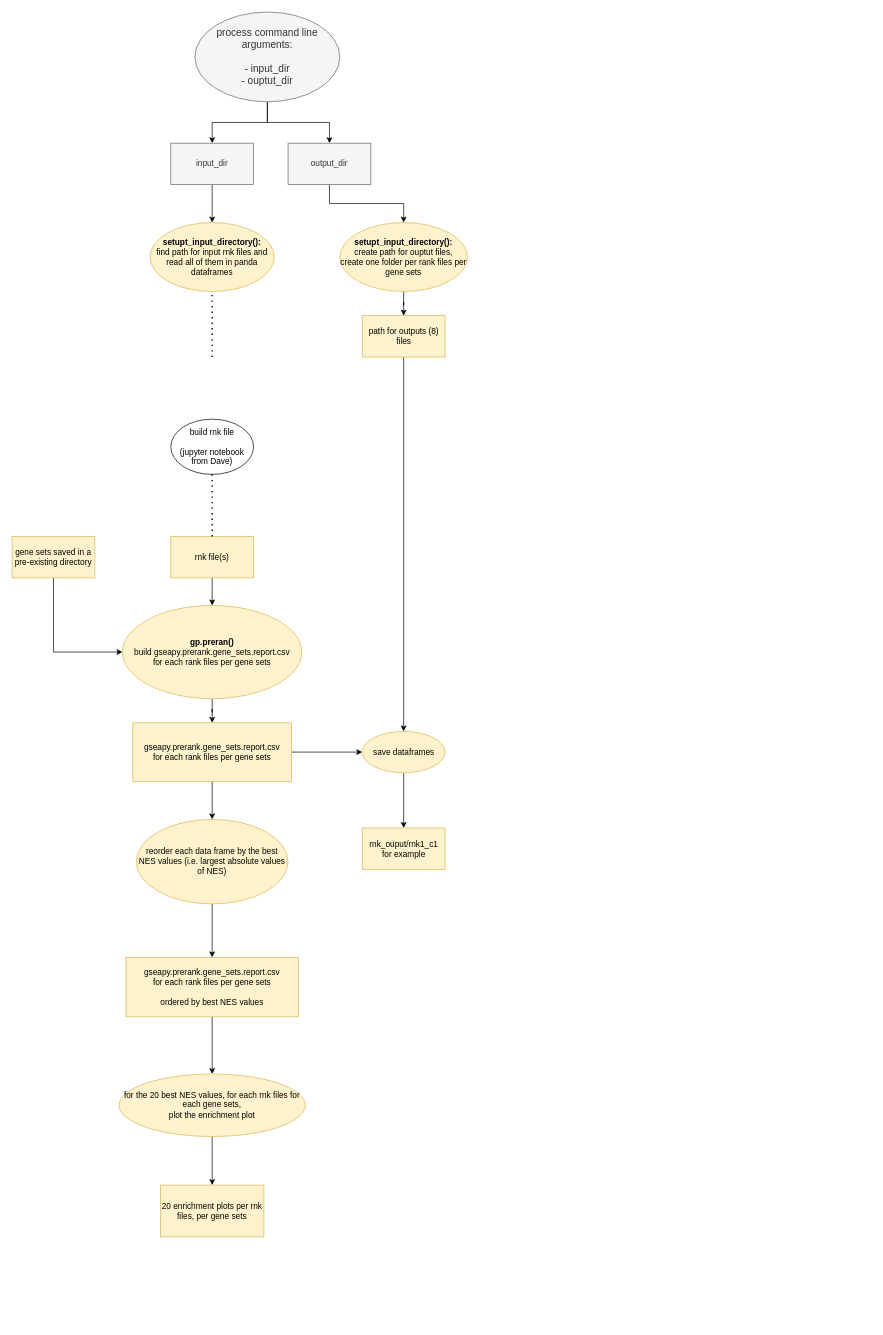
Before: Gseapy Data flow diagram.drawio in FoghornTherapeutics/GSEApy, a draw.io diagram. Source tidied: cells renumbered, new cells numbered last; positions are measured from the earlier drawing's top-left corner, leaving out a move shared by most shapes. Both pictures are drawn from the tidied source at 69%, with x=0, y=0 at pixel (12, 12).
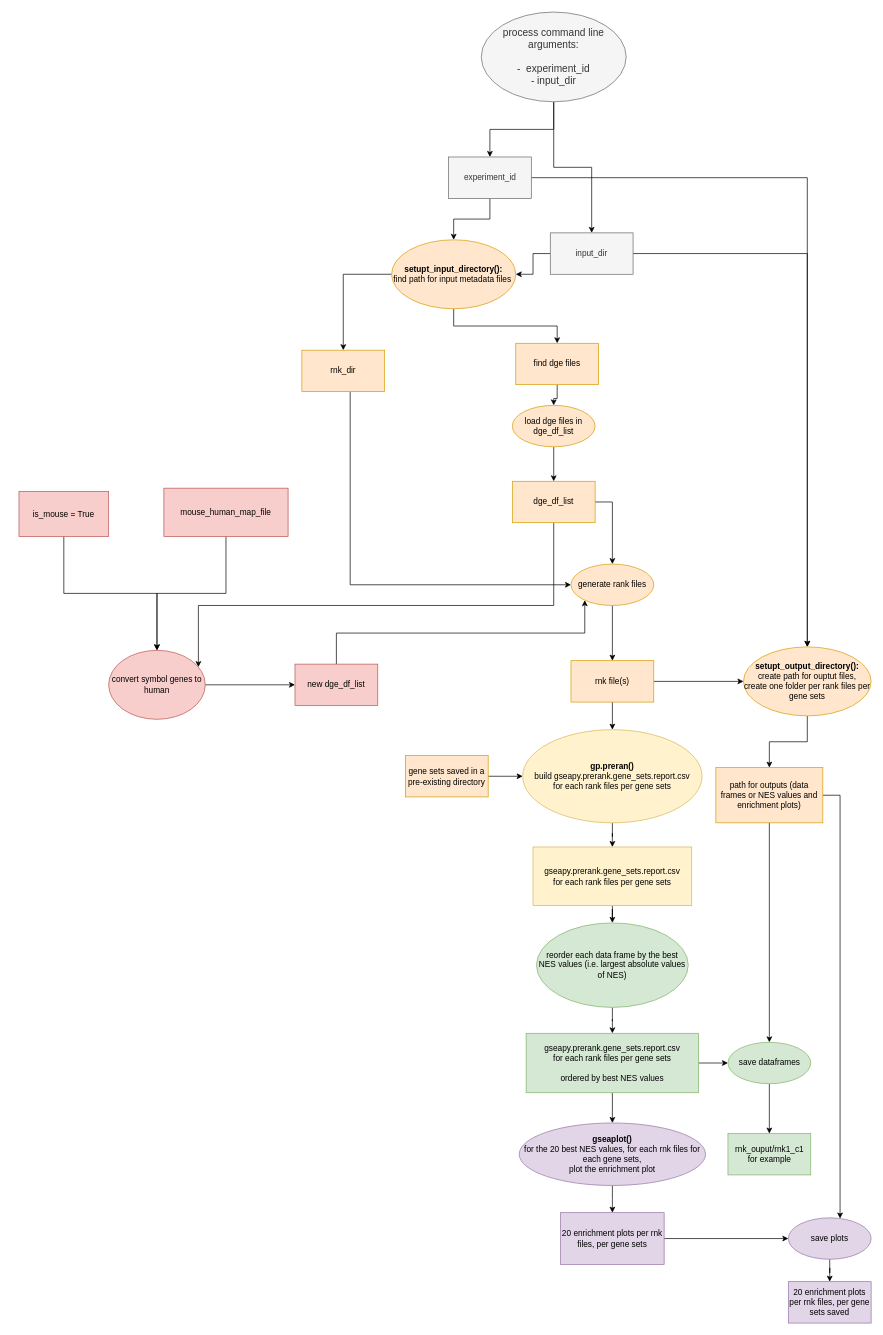
The same page after the edit.

Diff of the diagram source:
```diff
@@
+    <mxCell id="36" style="edgeStyle=orthogonalEdgeStyle;rounded=0;jettySize=auto;html=1;" parent="1" edge="1" source="3" target="44">
+      <mxGeometry relative="1" as="geometry">
+        <Array as="points">
+          <mxPoint x="1200" y="1135" />
+        </Array>
+      </mxGeometry>
+    </mxCell>
-    <mxCell id="3" value="path for outputs (8) files" style="rounded=0;whiteSpace=wrap;html=1;fillColor=#fff2cc;strokeColor=#d6b656;" parent="1" vertex="1">
-      <mxGeometry x="507.5" y="440" width="120" height="60" as="geometry" />
+    <mxCell id="3" value="path for outputs (data frames or NES values and enrichment plots)" style="rounded=0;whiteSpace=wrap;html=1;fillColor=#ffe6cc;strokeColor=#d79b00;" parent="1" vertex="1">
+      <mxGeometry x="1020" y="1095" width="155" height="80" as="geometry" />
     </mxCell>
-    <mxCell id="4" style="edgeStyle=orthogonalEdgeStyle;rounded=0;jettySize=auto;html=1;" parent="1" edge="1" source="6" target="8">
-      <mxGeometry relative="1" as="geometry" />
-    </mxCell>
@@
+    <mxCell id="37" style="edgeStyle=orthogonalEdgeStyle;rounded=0;jettySize=auto;html=1;" parent="1" edge="1" source="6" target="50">
+      <mxGeometry relative="1" as="geometry" />
+    </mxCell>
-    <mxCell id="6" value="&lt;span style=&quot;font-size: 11pt ; font-family: &amp;#34;calibri&amp;#34; , sans-serif&quot;&gt;process command line&lt;br&gt;arguments:&lt;br&gt;&lt;br&gt;- input_dir &lt;br&gt;- ouptut_dir&lt;br&gt;&lt;/span&gt;" style="ellipse;whiteSpace=wrap;html=1;fillColor=#f5f5f5;fontColor=#333333;strokeColor=#666666;" parent="1" vertex="1">
-      <mxGeometry x="265" width="210" height="130" as="geometry" />
+    <mxCell id="6" value="&lt;span style=&quot;font-size: 11pt ; font-family: &amp;#34;calibri&amp;#34; , sans-serif&quot;&gt;process command line&lt;br&gt;arguments:&lt;br&gt;&lt;br&gt;-&amp;nbsp; experiment_id&lt;br&gt;- input_dir&lt;br&gt;&lt;/span&gt;" style="ellipse;whiteSpace=wrap;html=1;fillColor=#f5f5f5;fontColor=#333333;strokeColor=#666666;" parent="1" vertex="1">
+      <mxGeometry x="680" width="210" height="130" as="geometry" />
     </mxCell>
-    <mxCell id="7" style="edgeStyle=orthogonalEdgeStyle;rounded=0;jettySize=auto;html=1;" parent="1" edge="1" source="8" target="10">
+    <mxCell id="7" style="edgeStyle=orthogonalEdgeStyle;rounded=0;jettySize=auto;html=1;exitX=1;exitY=0.5;exitDx=0;exitDy=0;" parent="1" edge="1" source="13" target="10">
       <mxGeometry relative="1" as="geometry" />
     </mxCell>
-    <mxCell id="8" value="&lt;span&gt;output_dir&lt;/span&gt;" style="rounded=0;whiteSpace=wrap;html=1;fillColor=#f5f5f5;fontColor=#333333;strokeColor=#666666;" parent="1" vertex="1">
-      <mxGeometry x="400" y="190" width="120" height="60" as="geometry" />
-    </mxCell>
@@
-    <mxCell id="10" value="&lt;b&gt;setupt_input_directory():&lt;/b&gt; &lt;br&gt;create path for ouptut files,&lt;br&gt;create one folder per rank files per gene sets" style="ellipse;whiteSpace=wrap;html=1;rounded=0;fillColor=#fff2cc;strokeColor=#d6b656;" parent="1" vertex="1">
-      <mxGeometry x="475" y="305" width="185" height="100" as="geometry" />
+    <mxCell id="10" value="&lt;b&gt;setupt_output_directory():&lt;/b&gt; &lt;br&gt;create path for ouptut files,&lt;br&gt;create one folder per rank files per gene sets" style="ellipse;whiteSpace=wrap;html=1;rounded=0;fillColor=#ffe6cc;strokeColor=#d79b00;" parent="1" vertex="1">
+      <mxGeometry x="1060" y="920" width="185" height="100" as="geometry" />
     </mxCell>
+    <mxCell id="38" style="edgeStyle=orthogonalEdgeStyle;rounded=0;jettySize=auto;html=1;" parent="1" edge="1" source="11" target="47">
+      <mxGeometry relative="1" as="geometry" />
+    </mxCell>
+    <mxCell id="39" style="edgeStyle=orthogonalEdgeStyle;rounded=0;jettySize=auto;html=1;" parent="1" edge="1" source="11" target="52">
+      <mxGeometry relative="1" as="geometry" />
+    </mxCell>
-    <mxCell id="11" value="&lt;b&gt;setupt_input_directory():&lt;/b&gt; &lt;br&gt;find path for input rnk files and read all of them in panda dataframes" style="ellipse;whiteSpace=wrap;html=1;rounded=0;fillColor=#fff2cc;strokeColor=#d6b656;" parent="1" vertex="1">
-      <mxGeometry x="200" y="305" width="180" height="100" as="geometry" />
+    <mxCell id="11" value="&lt;b&gt;setupt_input_directory():&lt;/b&gt; &lt;br&gt;find path for input metadata files&amp;nbsp;" style="ellipse;whiteSpace=wrap;html=1;rounded=0;fillColor=#ffe6cc;strokeColor=#d79b00;" parent="1" vertex="1">
+      <mxGeometry x="550" y="330" width="180" height="100" as="geometry" />
     </mxCell>
@@
     <mxCell id="13" value="&lt;span&gt;input_dir&lt;/span&gt;" style="rounded=0;whiteSpace=wrap;html=1;fillColor=#f5f5f5;fontColor=#333333;strokeColor=#666666;" parent="1" vertex="1">
-      <mxGeometry x="230" y="190" width="120" height="60" as="geometry" />
+      <mxGeometry x="780" y="320" width="120" height="60" as="geometry" />
     </mxCell>
@@
-    <mxCell id="15" style="edgeStyle=orthogonalEdgeStyle;rounded=0;jettySize=auto;html=1;" parent="1" edge="1" source="16" target="34">
-      <mxGeometry relative="1" as="geometry" />
-    </mxCell>
     <mxCell id="16" value="gseapy.prerank.gene_sets.report.csv&lt;br&gt;for each rank files per gene sets" style="whiteSpace=wrap;html=1;rounded=0;strokeColor=#d6b656;fillColor=#fff2cc;" parent="1" vertex="1">
-      <mxGeometry x="175" y="1030" width="230" height="85" as="geometry" />
+      <mxGeometry x="755" y="1210" width="230" height="85" as="geometry" />
     </mxCell>
@@
+    <mxCell id="40" style="edgeStyle=orthogonalEdgeStyle;rounded=0;jettySize=auto;html=1;" parent="1" edge="1" source="18" target="10">
+      <mxGeometry relative="1" as="geometry" />
+    </mxCell>
-    <mxCell id="18" value="rnk file(s)" style="whiteSpace=wrap;html=1;rounded=0;strokeColor=#d6b656;fillColor=#fff2cc;" parent="1" vertex="1">
-      <mxGeometry x="230" y="760" width="120" height="60" as="geometry" />
+    <mxCell id="18" value="rnk file(s)" style="whiteSpace=wrap;html=1;rounded=0;strokeColor=#d79b00;fillColor=#ffe6cc;" parent="1" vertex="1">
+      <mxGeometry x="810" y="940" width="120" height="60" as="geometry" />
     </mxCell>
@@
     <mxCell id="20" value="&lt;span&gt;&lt;b&gt;gp.preran()&lt;/b&gt;&lt;br&gt;build gseapy.prerank.gene_sets.report.csv&lt;/span&gt;&lt;br&gt;&lt;span&gt;for each rank files per gene sets&lt;/span&gt;" style="ellipse;whiteSpace=wrap;html=1;rounded=0;strokeColor=#d6b656;fillColor=#fff2cc;" parent="1" vertex="1">
-      <mxGeometry x="160" y="860" width="260" height="135" as="geometry" />
+      <mxGeometry x="740" y="1040" width="260" height="135" as="geometry" />
     </mxCell>
-    <mxCell id="21" style="edgeStyle=orthogonalEdgeStyle;rounded=0;jettySize=auto;html=1;exitX=0.5;exitY=1;exitDx=0;exitDy=0;entryX=0;entryY=0.5;entryDx=0;entryDy=0;" parent="1" edge="1" source="22" target="20">
+    <mxCell id="21" style="edgeStyle=orthogonalEdgeStyle;rounded=0;jettySize=auto;html=1;" parent="1" edge="1" source="22" target="20">
       <mxGeometry relative="1" as="geometry" />
     </mxCell>
-    <mxCell id="22" value="gene sets saved in a pre-existing directory" style="rounded=0;whiteSpace=wrap;html=1;fillColor=#fff2cc;strokeColor=#d6b656;" parent="1" vertex="1">
-      <mxGeometry y="760" width="120" height="60" as="geometry" />
+    <mxCell id="22" value="gene sets saved in a pre-existing directory" style="rounded=0;whiteSpace=wrap;html=1;fillColor=#ffe6cc;strokeColor=#d79b00;" parent="1" vertex="1">
+      <mxGeometry x="570" y="1077.5" width="120" height="60" as="geometry" />
     </mxCell>
@@
-    <mxCell id="24" value="reorder each data frame by the best NES values (i.e. largest absolute values of NES)" style="ellipse;whiteSpace=wrap;html=1;rounded=0;strokeColor=#d6b656;fillColor=#fff2cc;" parent="1" vertex="1">
-      <mxGeometry x="180" y="1170" width="220" height="122.5" as="geometry" />
+    <mxCell id="24" value="reorder each data frame by the best NES values (i.e. largest absolute values of NES)" style="ellipse;whiteSpace=wrap;html=1;rounded=0;strokeColor=#82b366;fillColor=#d5e8d4;" parent="1" vertex="1">
+      <mxGeometry x="760" y="1320" width="220" height="122.5" as="geometry" />
     </mxCell>
-    <mxCell id="25" style="endArrow=none;dashed=1;html=1;dashPattern=1 3;strokeWidth=2;rounded=0;entryX=0.5;entryY=1;entryDx=0;entryDy=0;" parent="1" edge="1" target="11">
-      <mxGeometry relative="1" as="geometry">
-        <mxPoint x="290" y="500" as="sourcePoint" />
-      </mxGeometry>
-    </mxCell>
-    <mxCell id="26" value="build rnk file&lt;br&gt;&lt;br&gt;(jupyter notebook from Dave)" style="ellipse;whiteSpace=wrap;html=1;" parent="1" vertex="1">
-      <mxGeometry x="230" y="590" width="120" height="80" as="geometry" />
-    </mxCell>
-    <mxCell id="27" style="endArrow=none;dashed=1;html=1;dashPattern=1 3;strokeWidth=2;rounded=0;exitX=0.5;exitY=1;exitDx=0;exitDy=0;entryX=0.5;entryY=0;entryDx=0;entryDy=0;" parent="1" edge="1" source="26" target="18">
-      <mxGeometry relative="1" as="geometry" />
-    </mxCell>
@@
+    <mxCell id="41" style="edgeStyle=orthogonalEdgeStyle;rounded=0;jettySize=auto;html=1;" parent="1" edge="1" source="29" target="34">
+      <mxGeometry relative="1" as="geometry" />
+    </mxCell>
-    <mxCell id="29" value="&lt;span&gt;gseapy.prerank.gene_sets.report.csv&lt;/span&gt;&lt;br&gt;&lt;span&gt;for each rank files per gene sets&lt;br&gt;&lt;br&gt;ordered by best NES values&lt;br&gt;&lt;/span&gt;" style="whiteSpace=wrap;html=1;rounded=0;strokeColor=#d6b656;fillColor=#fff2cc;" parent="1" vertex="1">
-      <mxGeometry x="165" y="1370" width="250" height="86.2" as="geometry" />
+    <mxCell id="29" value="&lt;span&gt;gseapy.prerank.gene_sets.report.csv&lt;/span&gt;&lt;br&gt;&lt;span&gt;for each rank files per gene sets&lt;br&gt;&lt;br&gt;ordered by best NES values&lt;br&gt;&lt;/span&gt;" style="whiteSpace=wrap;html=1;rounded=0;strokeColor=#82b366;fillColor=#d5e8d4;" parent="1" vertex="1">
+      <mxGeometry x="745" y="1480" width="250" height="86.2" as="geometry" />
     </mxCell>
@@
-    <mxCell id="31" value="for the 20 best NES values, for each rnk files for each gene sets,&lt;br&gt;plot the enrichment plot" style="ellipse;whiteSpace=wrap;html=1;rounded=0;strokeColor=#d6b656;fillColor=#fff2cc;" parent="1" vertex="1">
-      <mxGeometry x="155" y="1539" width="270" height="90.6" as="geometry" />
+    <mxCell id="31" value="&lt;b&gt;gseaplot()&lt;/b&gt;&lt;br&gt;for the 20 best NES values, for each rnk files for each gene sets,&lt;br&gt;plot the enrichment plot" style="ellipse;whiteSpace=wrap;html=1;rounded=0;strokeColor=#9673a6;fillColor=#e1d5e7;" parent="1" vertex="1">
+      <mxGeometry x="735" y="1610" width="270" height="90.6" as="geometry" />
     </mxCell>
+    <mxCell id="42" style="edgeStyle=orthogonalEdgeStyle;rounded=0;jettySize=auto;html=1;" parent="1" edge="1" source="32" target="44">
+      <mxGeometry relative="1" as="geometry" />
+    </mxCell>
-    <mxCell id="32" value="20 enrichment plots per rnk files, per gene sets" style="whiteSpace=wrap;html=1;rounded=0;strokeColor=#d6b656;fillColor=#fff2cc;" parent="1" vertex="1">
-      <mxGeometry x="215" y="1700" width="150" height="75" as="geometry" />
+    <mxCell id="32" value="20 enrichment plots per rnk files, per gene sets" style="whiteSpace=wrap;html=1;rounded=0;strokeColor=#9673a6;fillColor=#e1d5e7;" parent="1" vertex="1">
+      <mxGeometry x="795" y="1740" width="150" height="75" as="geometry" />
     </mxCell>
@@
-    <mxCell id="34" value="save dataframes" style="ellipse;whiteSpace=wrap;html=1;rounded=0;strokeColor=#d6b656;fillColor=#fff2cc;" parent="1" vertex="1">
-      <mxGeometry x="507.5" y="1042.5" width="120" height="60" as="geometry" />
+    <mxCell id="34" value="save dataframes" style="ellipse;whiteSpace=wrap;html=1;rounded=0;strokeColor=#82b366;fillColor=#d5e8d4;" parent="1" vertex="1">
+      <mxGeometry x="1037.5" y="1493.1" width="120" height="60" as="geometry" />
     </mxCell>
-    <mxCell id="35" value="rnk_ouput/rnk1_c1&lt;br&gt;for example" style="whiteSpace=wrap;html=1;rounded=0;strokeColor=#d6b656;fillColor=#fff2cc;" parent="1" vertex="1">
-      <mxGeometry x="507.5" y="1182.5" width="120" height="60" as="geometry" />
+    <mxCell id="35" value="rnk_ouput/rnk1_c1&lt;br&gt;for example" style="whiteSpace=wrap;html=1;rounded=0;strokeColor=#82b366;fillColor=#d5e8d4;" parent="1" vertex="1">
+      <mxGeometry x="1037.5" y="1625.3" width="120" height="60" as="geometry" />
     </mxCell>
+    <mxCell id="43" style="edgeStyle=orthogonalEdgeStyle;rounded=0;jettySize=auto;html=1;" parent="1" edge="1" source="44" target="45">
+      <mxGeometry relative="1" as="geometry" />
+    </mxCell>
+    <mxCell id="44" value="save plots" style="ellipse;whiteSpace=wrap;html=1;rounded=0;strokeColor=#9673a6;fillColor=#e1d5e7;" parent="1" vertex="1">
+      <mxGeometry x="1125" y="1747.5" width="120" height="60" as="geometry" />
+    </mxCell>
+    <mxCell id="45" value="&lt;span&gt;20 enrichment plots per rnk files, per gene sets saved&lt;/span&gt;" style="whiteSpace=wrap;html=1;rounded=0;strokeColor=#9673a6;fillColor=#e1d5e7;" parent="1" vertex="1">
+      <mxGeometry x="1125" y="1840" width="120" height="60" as="geometry" />
+    </mxCell>
+    <mxCell id="46" style="edgeStyle=orthogonalEdgeStyle;rounded=0;jettySize=auto;html=1;entryX=0;entryY=0.5;entryDx=0;entryDy=0;" parent="1" edge="1" source="47" target="59">
+      <mxGeometry relative="1" as="geometry">
+        <Array as="points">
+          <mxPoint x="490" y="830" />
+        </Array>
+      </mxGeometry>
+    </mxCell>
+    <mxCell id="47" value="rnk_dir" style="whiteSpace=wrap;html=1;rounded=0;strokeColor=#d79b00;fillColor=#ffe6cc;" parent="1" vertex="1">
+      <mxGeometry x="420" y="490" width="120" height="60" as="geometry" />
+    </mxCell>
+    <mxCell id="48" style="edgeStyle=orthogonalEdgeStyle;rounded=0;jettySize=auto;html=1;" parent="1" edge="1" source="50" target="11">
+      <mxGeometry relative="1" as="geometry" />
+    </mxCell>
+    <mxCell id="49" style="edgeStyle=orthogonalEdgeStyle;rounded=0;jettySize=auto;html=1;" parent="1" edge="1" source="50" target="10">
+      <mxGeometry relative="1" as="geometry" />
+    </mxCell>
+    <mxCell id="50" value="experiment_id" style="whiteSpace=wrap;html=1;fontColor=#333333;strokeColor=#666666;fillColor=#f5f5f5;" parent="1" vertex="1">
+      <mxGeometry x="632.5" y="210" width="120" height="60" as="geometry" />
+    </mxCell>
+    <mxCell id="51" style="edgeStyle=orthogonalEdgeStyle;rounded=0;jettySize=auto;html=1;" parent="1" edge="1" source="52" target="54">
+      <mxGeometry relative="1" as="geometry" />
+    </mxCell>
+    <mxCell id="52" value="find dge files" style="whiteSpace=wrap;html=1;rounded=0;strokeColor=#d79b00;fillColor=#ffe6cc;" parent="1" vertex="1">
+      <mxGeometry x="730" y="480" width="120" height="60" as="geometry" />
+    </mxCell>
+    <mxCell id="53" style="edgeStyle=orthogonalEdgeStyle;rounded=0;jettySize=auto;html=1;" parent="1" edge="1" source="54" target="57">
+      <mxGeometry relative="1" as="geometry" />
+    </mxCell>
+    <mxCell id="54" value="load dge files in dge_df_list" style="ellipse;whiteSpace=wrap;html=1;rounded=0;strokeColor=#d79b00;fillColor=#ffe6cc;" parent="1" vertex="1">
+      <mxGeometry x="725" y="570" width="120" height="60" as="geometry" />
+    </mxCell>
+    <mxCell id="55" style="edgeStyle=orthogonalEdgeStyle;rounded=0;jettySize=auto;html=1;" parent="1" edge="1" source="57" target="59">
+      <mxGeometry relative="1" as="geometry">
+        <Array as="points">
+          <mxPoint x="870" y="710" />
+        </Array>
+      </mxGeometry>
+    </mxCell>
+    <mxCell id="56" style="edgeStyle=orthogonalEdgeStyle;rounded=0;jettySize=auto;html=1;" parent="1" edge="1" source="57" target="65">
+      <mxGeometry relative="1" as="geometry">
+        <Array as="points">
+          <mxPoint x="785" y="860" />
+          <mxPoint x="270" y="860" />
+        </Array>
+      </mxGeometry>
+    </mxCell>
+    <mxCell id="57" value="dge_df_list" style="whiteSpace=wrap;html=1;rounded=0;strokeColor=#d79b00;fillColor=#ffe6cc;" parent="1" vertex="1">
+      <mxGeometry x="725" y="680" width="120" height="60" as="geometry" />
+    </mxCell>
+    <mxCell id="58" style="edgeStyle=orthogonalEdgeStyle;rounded=0;jettySize=auto;html=1;" parent="1" edge="1" source="59" target="18">
+      <mxGeometry relative="1" as="geometry" />
+    </mxCell>
+    <mxCell id="59" value="generate rank files" style="ellipse;whiteSpace=wrap;html=1;rounded=0;strokeColor=#d79b00;fillColor=#ffe6cc;" parent="1" vertex="1">
+      <mxGeometry x="810" y="800" width="120" height="60" as="geometry" />
+    </mxCell>
+    <mxCell id="60" style="edgeStyle=orthogonalEdgeStyle;rounded=0;jettySize=auto;html=1;entryX=0.5;entryY=0;entryDx=0;entryDy=0;" parent="1" edge="1" source="61" target="65">
+      <mxGeometry relative="1" as="geometry" />
+    </mxCell>
+    <mxCell id="61" value="mouse_human_map_file" style="rounded=0;whiteSpace=wrap;html=1;fillColor=#f8cecc;strokeColor=#b85450;" parent="1" vertex="1">
+      <mxGeometry x="220" y="690" width="180" height="70" as="geometry" />
+    </mxCell>
+    <mxCell id="62" style="edgeStyle=orthogonalEdgeStyle;rounded=0;jettySize=auto;html=1;entryX=0.5;entryY=0;entryDx=0;entryDy=0;" parent="1" edge="1" source="63" target="65">
+      <mxGeometry relative="1" as="geometry" />
+    </mxCell>
+    <mxCell id="63" value="is_mouse = True" style="rounded=0;whiteSpace=wrap;html=1;fillColor=#f8cecc;strokeColor=#b85450;" parent="1" vertex="1">
+      <mxGeometry x="10" y="695" width="130" height="65" as="geometry" />
+    </mxCell>
+    <mxCell id="64" style="edgeStyle=orthogonalEdgeStyle;rounded=0;jettySize=auto;html=1;exitX=1;exitY=0.5;exitDx=0;exitDy=0;" parent="1" edge="1" source="65" target="67">
+      <mxGeometry relative="1" as="geometry" />
+    </mxCell>
+    <mxCell id="65" value="convert symbol genes to human" style="ellipse;whiteSpace=wrap;html=1;rounded=0;strokeColor=#b85450;fillColor=#f8cecc;" parent="1" vertex="1">
+      <mxGeometry x="140" y="925" width="140" height="100" as="geometry" />
+    </mxCell>
+    <mxCell id="66" style="edgeStyle=orthogonalEdgeStyle;rounded=0;jettySize=auto;html=1;" parent="1" edge="1" source="67" target="59">
+      <mxGeometry relative="1" as="geometry">
+        <Array as="points">
+          <mxPoint x="830" y="900" />
+        </Array>
+      </mxGeometry>
+    </mxCell>
+    <mxCell id="67" value="new dge_df_list" style="whiteSpace=wrap;html=1;rounded=0;strokeColor=#b85450;fillColor=#f8cecc;" parent="1" vertex="1">
+      <mxGeometry x="410" y="945" width="120" height="60" as="geometry" />
+    </mxCell>
```
